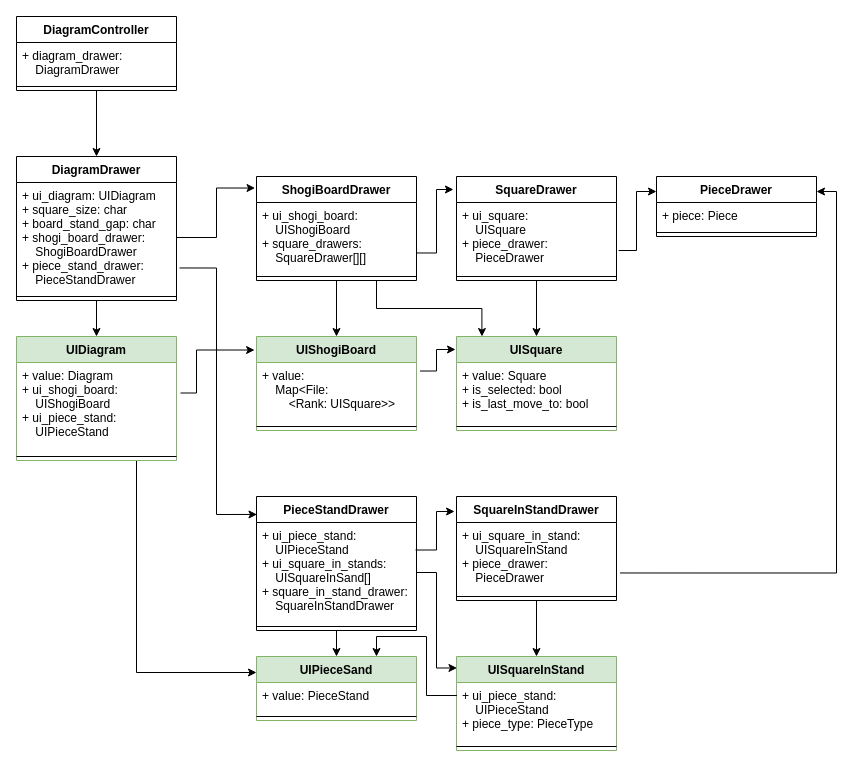
HaruyaFujimoto/ts-shogi-docs keeps this draw.io diagram as page "フロントエンド・クラス図" (6 of 6) of システム関連図.drawio. Above is the earlier version. Source tidied: cells renumbered, new cells numbered last; positions are measured from the earlier drawing's top-left corner, leaving out a move shared by most shapes. Both pictures are drawn from the tidied source at 100%, with x=0, y=0 at pixel (16, 16).
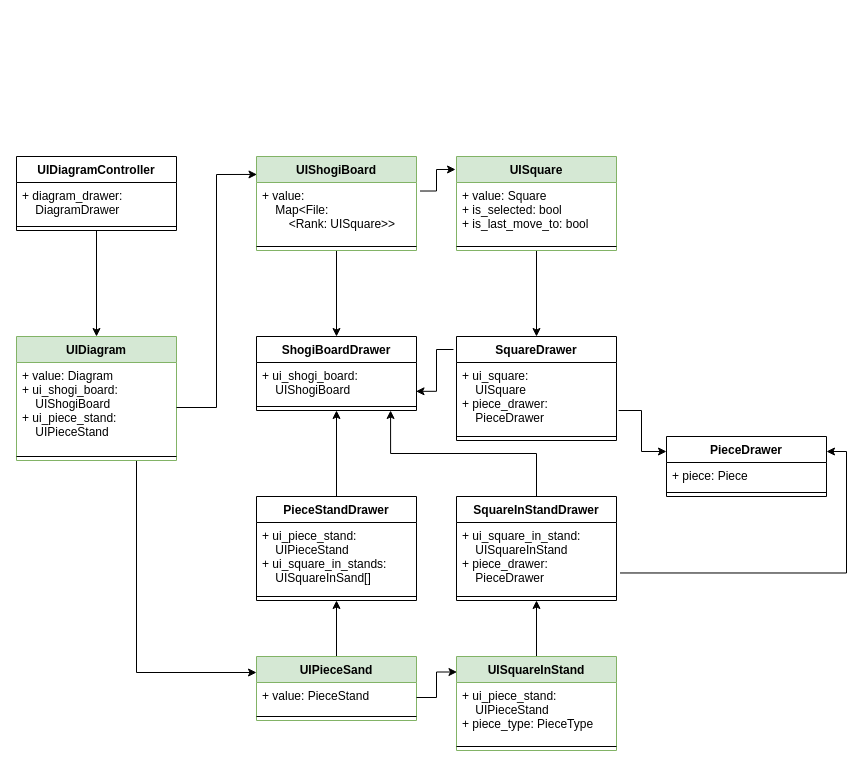
Above is the later version.

The change refers to these unchanged cells:
```xml
<mxCell id="22" value="SquareInStandDrawer" style="swimlane;fontStyle=1;align=center;verticalAlign=top;horizontal=1;startSize=26;" parent="1" vertex="1">
  <mxGeometry x="440" y="480" width="160" height="104" as="geometry" />
</mxCell>
<mxCell id="27" value="UIDiagram" style="swimlane;fontStyle=1;align=center;verticalAlign=top;horizontal=1;startSize=26;fillColor=#d5e8d4;strokeColor=#82b366;" parent="1" vertex="1">
  <mxGeometry y="320" width="160" height="124" as="geometry" />
</mxCell>
<mxCell id="28" value="+ value: Diagram&#10;+ ui_shogi_board:&#10;    UIShogiBoard&#10;+ ui_piece_stand:&#10;    UIPieceStand" style="text;strokeColor=none;fillColor=none;align=left;verticalAlign=top;spacingLeft=4;spacingRight=4;overflow=hidden;points=[[0,0.5],[1,0.5]];portConstraint=eastwest;" parent="27" vertex="1">
  <mxGeometry y="26" width="160" height="90" as="geometry" />
</mxCell>
<mxCell id="35" value="UIPieceSand" style="swimlane;fontStyle=1;align=center;verticalAlign=top;horizontal=1;startSize=26;fillColor=#d5e8d4;strokeColor=#82b366;" parent="1" vertex="1">
  <mxGeometry x="240" y="640" width="160" height="64" as="geometry" />
</mxCell>
<mxCell id="36" value="+ value: PieceStand" style="text;strokeColor=none;fillColor=none;align=left;verticalAlign=top;spacingLeft=4;spacingRight=4;overflow=hidden;points=[[0,0.5],[1,0.5]];portConstraint=eastwest;" parent="35" vertex="1">
  <mxGeometry y="26" width="160" height="30" as="geometry" />
</mxCell>
<mxCell id="39" value="UISquareInStand" style="swimlane;fontStyle=1;align=center;verticalAlign=top;horizontal=1;startSize=26;fillColor=#d5e8d4;strokeColor=#82b366;" parent="1" vertex="1">
  <mxGeometry x="440" y="640" width="160" height="94" as="geometry" />
</mxCell>
<mxCell id="40" value="+ ui_piece_stand:&#10;    UIPieceStand&#10;+ piece_type: PieceType" style="text;strokeColor=none;fillColor=none;align=left;verticalAlign=top;spacingLeft=4;spacingRight=4;overflow=hidden;points=[[0,0.5],[1,0.5]];portConstraint=eastwest;" parent="39" vertex="1">
  <mxGeometry y="26" width="160" height="60" as="geometry" />
</mxCell>
```

What changed in the source:
```diff
@@
     <mxCell id="2" value="SquareDrawer" style="swimlane;fontStyle=1;align=center;verticalAlign=top;horizontal=1;startSize=26;" parent="1" vertex="1">
-      <mxGeometry x="440" y="160" width="160" height="104" as="geometry" />
+      <mxGeometry x="440" y="320" width="160" height="104" as="geometry" />
     </mxCell>
@@
     <mxCell id="5" value="PieceDrawer" style="swimlane;fontStyle=1;align=center;verticalAlign=top;horizontal=1;startSize=26;" parent="1" vertex="1">
-      <mxGeometry x="640" y="160" width="160" height="60" as="geometry" />
+      <mxGeometry x="650" y="420" width="160" height="60" as="geometry" />
     </mxCell>
@@
-    <mxCell id="8" style="edgeStyle=orthogonalEdgeStyle;rounded=0;jettySize=auto;html=1;exitX=0.5;exitY=1;exitDx=0;exitDy=0;entryX=0.5;entryY=0;entryDx=0;entryDy=0;" parent="1" edge="1" source="2" target="9">
-      <mxGeometry relative="1" as="geometry" />
-    </mxCell>
+    <mxCell id="56" style="edgeStyle=orthogonalEdgeStyle;rounded=0;jettySize=auto;html=1;" parent="1" edge="1" source="9" target="2">
+      <mxGeometry relative="1" as="geometry" />
+    </mxCell>
     <mxCell id="9" value="UISquare" style="swimlane;fontStyle=1;align=center;verticalAlign=top;horizontal=1;startSize=26;fillColor=#d5e8d4;strokeColor=#82b366;" parent="1" vertex="1">
-      <mxGeometry x="440" y="320" width="160" height="94" as="geometry" />
+      <mxGeometry x="440" y="140" width="160" height="94" as="geometry" />
     </mxCell>
@@
-    <mxCell id="12" value="DiagramDrawer&#10;" style="swimlane;fontStyle=1;align=center;verticalAlign=top;horizontal=1;startSize=26;" parent="1" vertex="1">
-      <mxGeometry y="140" width="160" height="144" as="geometry" />
-    </mxCell>
-    <mxCell id="13" value="+ ui_diagram: UIDiagram&#10;+ square_size: char&#10;+ board_stand_gap: char&#10;+ shogi_board_drawer:&#10;    ShogiBoardDrawer&#10;+ piece_stand_drawer:&#10;    PieceStandDrawer" style="text;strokeColor=none;fillColor=none;align=left;verticalAlign=top;spacingLeft=4;spacingRight=4;overflow=hidden;points=[[0,0.5],[1,0.5]];portConstraint=eastwest;" parent="12" vertex="1">
-      <mxGeometry y="26" width="160" height="110" as="geometry" />
-    </mxCell>
-    <mxCell id="14" style="line;strokeWidth=1;fillColor=none;align=left;verticalAlign=middle;spacingTop=-1;spacingLeft=3;spacingRight=3;labelPosition=right;" parent="12" vertex="1">
-      <mxGeometry y="136" width="160" height="8" as="geometry" />
-    </mxCell>
-    <mxCell id="15" style="edgeStyle=orthogonalEdgeStyle;rounded=0;jettySize=auto;html=1;exitX=0.75;exitY=1;exitDx=0;exitDy=0;entryX=0.159;entryY=0;entryDx=0;entryDy=0;entryPerimeter=0;" parent="1" edge="1" source="16" target="9">
-      <mxGeometry relative="1" as="geometry" />
-    </mxCell>
     <mxCell id="16" value="ShogiBoardDrawer" style="swimlane;fontStyle=1;align=center;verticalAlign=top;horizontal=1;startSize=26;" parent="1" vertex="1">
-      <mxGeometry x="240" y="160" width="160" height="104" as="geometry" />
+      <mxGeometry x="240" y="320" width="160" height="74" as="geometry" />
     </mxCell>
-    <mxCell id="17" value="+ ui_shogi_board:&#10;    UIShogiBoard&#10;+ square_drawers:&#10;    SquareDrawer[][]" style="text;strokeColor=none;fillColor=none;align=left;verticalAlign=top;spacingLeft=4;spacingRight=4;overflow=hidden;points=[[0,0.5],[1,0.5]];portConstraint=eastwest;" parent="16" vertex="1">
-      <mxGeometry y="26" width="160" height="70" as="geometry" />
+    <mxCell id="17" value="+ ui_shogi_board:&#10;    UIShogiBoard" style="text;strokeColor=none;fillColor=none;align=left;verticalAlign=top;spacingLeft=4;spacingRight=4;overflow=hidden;points=[[0,0.5],[1,0.5]];portConstraint=eastwest;" parent="16" vertex="1">
+      <mxGeometry y="26" width="160" height="40" as="geometry" />
     </mxCell>
     <mxCell id="18" style="line;strokeWidth=1;fillColor=none;align=left;verticalAlign=middle;spacingTop=-1;spacingLeft=3;spacingRight=3;labelPosition=right;points=[];portConstraint=eastwest;" parent="16" vertex="1">
-      <mxGeometry y="96" width="160" height="8" as="geometry" />
+      <mxGeometry y="66" width="160" height="8" as="geometry" />
     </mxCell>
+    <mxCell id="57" style="edgeStyle=orthogonalEdgeStyle;rounded=0;jettySize=auto;html=1;exitX=0.5;exitY=0;exitDx=0;exitDy=0;entryX=0.5;entryY=1;entryDx=0;entryDy=0;" parent="1" edge="1" source="19" target="16">
+      <mxGeometry relative="1" as="geometry" />
+    </mxCell>
     <mxCell id="19" value="PieceStandDrawer" style="swimlane;fontStyle=1;align=center;verticalAlign=top;horizontal=1;startSize=26;" parent="1" vertex="1">
-      <mxGeometry x="240" y="480" width="160" height="134" as="geometry" />
+      <mxGeometry x="240" y="480" width="160" height="104" as="geometry" />
     </mxCell>
-    <mxCell id="20" value="+ ui_piece_stand:&#10;    UIPieceStand&#10;+ ui_square_in_stands:&#10;    UISquareInSand[]&#10;+ square_in_stand_drawer:&#10;    SquareInStandDrawer" style="text;strokeColor=none;fillColor=none;align=left;verticalAlign=top;spacingLeft=4;spacingRight=4;overflow=hidden;points=[[0,0.5],[1,0.5]];portConstraint=eastwest;" parent="19" vertex="1">
-      <mxGeometry y="26" width="160" height="100" as="geometry" />
+    <mxCell id="20" value="+ ui_piece_stand:&#10;    UIPieceStand&#10;+ ui_square_in_stands:&#10;    UISquareInSand[]" style="text;strokeColor=none;fillColor=none;align=left;verticalAlign=top;spacingLeft=4;spacingRight=4;overflow=hidden;points=[[0,0.5],[1,0.5]];portConstraint=eastwest;" parent="19" vertex="1">
+      <mxGeometry y="26" width="160" height="70" as="geometry" />
     </mxCell>
     <mxCell id="21" style="line;strokeWidth=1;fillColor=none;align=left;verticalAlign=middle;spacingTop=-1;spacingLeft=3;spacingRight=3;labelPosition=right;" parent="19" vertex="1">
-      <mxGeometry y="126" width="160" height="8" as="geometry" />
+      <mxGeometry y="96" width="160" height="8" as="geometry" />
     </mxCell>
+    <mxCell id="58" style="edgeStyle=orthogonalEdgeStyle;rounded=0;jettySize=auto;html=1;entryX=0.838;entryY=1;entryDx=0;entryDy=0;entryPerimeter=0;" parent="1" edge="1" source="22" target="18">
+      <mxGeometry relative="1" as="geometry" />
+    </mxCell>
@@
-    <mxCell id="25" style="edgeStyle=orthogonalEdgeStyle;rounded=0;jettySize=auto;html=1;exitX=0.5;exitY=1;exitDx=0;exitDy=0;entryX=0.5;entryY=0;entryDx=0;entryDy=0;" parent="1" edge="1" source="12" target="27">
-      <mxGeometry relative="1" as="geometry" />
-    </mxCell>
@@
-    <mxCell id="30" style="edgeStyle=orthogonalEdgeStyle;rounded=0;jettySize=auto;html=1;exitX=0.5;exitY=1;exitDx=0;exitDy=0;entryX=0.5;entryY=0;entryDx=0;entryDy=0;" parent="1" edge="1" source="16" target="31">
-      <mxGeometry relative="1" as="geometry" />
-    </mxCell>
+    <mxCell id="59" style="edgeStyle=orthogonalEdgeStyle;rounded=0;jettySize=auto;html=1;exitX=0.5;exitY=1;exitDx=0;exitDy=0;" parent="1" edge="1" source="31" target="16">
+      <mxGeometry relative="1" as="geometry" />
+    </mxCell>
     <mxCell id="31" value="UIShogiBoard" style="swimlane;fontStyle=1;align=center;verticalAlign=top;horizontal=1;startSize=26;fillColor=#d5e8d4;strokeColor=#82b366;" parent="1" vertex="1">
-      <mxGeometry x="240" y="320" width="160" height="94" as="geometry" />
+      <mxGeometry x="240" y="140" width="160" height="94" as="geometry" />
     </mxCell>
@@
-    <mxCell id="34" style="edgeStyle=orthogonalEdgeStyle;rounded=0;jettySize=auto;html=1;exitX=0.5;exitY=1;exitDx=0;exitDy=0;entryX=0.5;entryY=0;entryDx=0;entryDy=0;" parent="1" edge="1" source="19" target="35">
+    <mxCell id="34" style="edgeStyle=orthogonalEdgeStyle;rounded=0;jettySize=auto;html=1;exitX=0.5;exitY=0;exitDx=0;exitDy=0;entryX=0.5;entryY=1;entryDx=0;entryDy=0;" parent="1" edge="1" source="35" target="19">
       <mxGeometry relative="1" as="geometry" />
     </mxCell>
@@
-    <mxCell id="38" style="edgeStyle=orthogonalEdgeStyle;rounded=0;jettySize=auto;html=1;exitX=0.5;exitY=1;exitDx=0;exitDy=0;" parent="1" edge="1" source="22" target="39">
+    <mxCell id="38" style="edgeStyle=orthogonalEdgeStyle;rounded=0;jettySize=auto;html=1;entryX=0.5;entryY=1;entryDx=0;entryDy=0;" parent="1" edge="1" source="39" target="22">
       <mxGeometry relative="1" as="geometry" />
     </mxCell>
@@
-    <mxCell id="42" style="edgeStyle=orthogonalEdgeStyle;rounded=0;jettySize=auto;html=1;exitX=1;exitY=0.5;exitDx=0;exitDy=0;entryX=-0.009;entryY=0.111;entryDx=0;entryDy=0;entryPerimeter=0;" parent="1" edge="1" source="13" target="16">
-      <mxGeometry relative="1" as="geometry" />
-    </mxCell>
-    <mxCell id="43" style="edgeStyle=orthogonalEdgeStyle;rounded=0;jettySize=auto;html=1;exitX=0.997;exitY=0.721;exitDx=0;exitDy=0;entryX=-0.019;entryY=0.125;entryDx=0;entryDy=0;exitPerimeter=0;entryPerimeter=0;" parent="1" edge="1" source="17" target="2">
+    <mxCell id="43" style="edgeStyle=orthogonalEdgeStyle;rounded=0;jettySize=auto;html=1;exitX=-0.019;exitY=0.125;exitDx=0;exitDy=0;entryX=0.997;entryY=0.721;entryDx=0;entryDy=0;exitPerimeter=0;entryPerimeter=0;" parent="1" edge="1" source="2" target="17">
       <mxGeometry relative="1" as="geometry" />
     </mxCell>
@@
-    <mxCell id="47" style="edgeStyle=orthogonalEdgeStyle;rounded=0;jettySize=auto;html=1;exitX=1.019;exitY=0.777;exitDx=0;exitDy=0;entryX=0.003;entryY=0.134;entryDx=0;entryDy=0;exitPerimeter=0;entryPerimeter=0;" parent="1" edge="1" source="13" target="19">
-      <mxGeometry relative="1" as="geometry" />
-    </mxCell>
-    <mxCell id="48" style="edgeStyle=orthogonalEdgeStyle;rounded=0;jettySize=auto;html=1;exitX=1.025;exitY=0.339;exitDx=0;exitDy=0;entryX=-0.012;entryY=0.144;entryDx=0;entryDy=0;exitPerimeter=0;entryPerimeter=0;" parent="1" edge="1" source="28" target="31">
-      <mxGeometry relative="1" as="geometry">
-        <Array as="points">
-          <mxPoint x="180" y="377" />
-          <mxPoint x="180" y="334" />
-        </Array>
-      </mxGeometry>
-    </mxCell>
-    <mxCell id="49" style="edgeStyle=orthogonalEdgeStyle;rounded=0;jettySize=auto;html=1;exitX=0.003;exitY=0.217;exitDx=0;exitDy=0;entryX=0.75;entryY=0;entryDx=0;entryDy=0;exitPerimeter=0;" parent="1" edge="1" source="40" target="35">
-      <mxGeometry relative="1" as="geometry">
-        <Array as="points">
-          <mxPoint x="410" y="679" />
-          <mxPoint x="410" y="620" />
-          <mxPoint x="360" y="620" />
-        </Array>
-      </mxGeometry>
-    </mxCell>
-    <mxCell id="50" style="edgeStyle=orthogonalEdgeStyle;rounded=0;jettySize=auto;html=1;exitX=0.5;exitY=1;exitDx=0;exitDy=0;entryX=0.5;entryY=0;entryDx=0;entryDy=0;" parent="1" edge="1" source="51" target="12">
+    <mxCell id="50" style="edgeStyle=orthogonalEdgeStyle;rounded=0;jettySize=auto;html=1;exitX=0.5;exitY=1;exitDx=0;exitDy=0;entryX=0.5;entryY=0;entryDx=0;entryDy=0;" parent="1" edge="1" source="51" target="27">
       <mxGeometry relative="1" as="geometry" />
     </mxCell>
-    <mxCell id="51" value="DiagramController" style="swimlane;fontStyle=1;align=center;verticalAlign=top;horizontal=1;startSize=26;" parent="1" vertex="1">
-      <mxGeometry width="160" height="74" as="geometry" />
+    <mxCell id="51" value="UIDiagramController" style="swimlane;fontStyle=1;align=center;verticalAlign=top;horizontal=1;startSize=26;" parent="1" vertex="1">
+      <mxGeometry y="140" width="160" height="74" as="geometry" />
     </mxCell>
@@
-    <mxCell id="54" style="edgeStyle=orthogonalEdgeStyle;rounded=0;jettySize=auto;html=1;exitX=0.994;exitY=0.275;exitDx=0;exitDy=0;entryX=-0.012;entryY=0.144;entryDx=0;entryDy=0;entryPerimeter=0;exitPerimeter=0;" parent="1" edge="1" source="20" target="22">
-      <mxGeometry relative="1" as="geometry">
-        <Array as="points">
-          <mxPoint x="420" y="534" />
-          <mxPoint x="420" y="495" />
-        </Array>
-      </mxGeometry>
-    </mxCell>
-    <mxCell id="55" style="edgeStyle=orthogonalEdgeStyle;rounded=0;jettySize=auto;html=1;exitX=1;exitY=0.5;exitDx=0;exitDy=0;entryX=0.003;entryY=0.122;entryDx=0;entryDy=0;entryPerimeter=0;" parent="1" edge="1" source="20" target="39">
-      <mxGeometry relative="1" as="geometry">
-        <Array as="points">
-          <mxPoint x="420" y="556" />
-          <mxPoint x="420" y="652" />
-        </Array>
-      </mxGeometry>
-    </mxCell>
+    <mxCell id="48" style="edgeStyle=orthogonalEdgeStyle;rounded=0;jettySize=auto;html=1;entryX=0.003;entryY=0.191;entryDx=0;entryDy=0;entryPerimeter=0;" parent="1" edge="1" source="28" target="31">
+      <mxGeometry relative="1" as="geometry" />
+    </mxCell>
+    <mxCell id="60" style="edgeStyle=orthogonalEdgeStyle;rounded=0;jettySize=auto;html=1;exitX=1;exitY=0.5;exitDx=0;exitDy=0;entryX=0.003;entryY=0.165;entryDx=0;entryDy=0;entryPerimeter=0;" parent="1" edge="1" source="36" target="39">
+      <mxGeometry relative="1" as="geometry" />
+    </mxCell>
```
